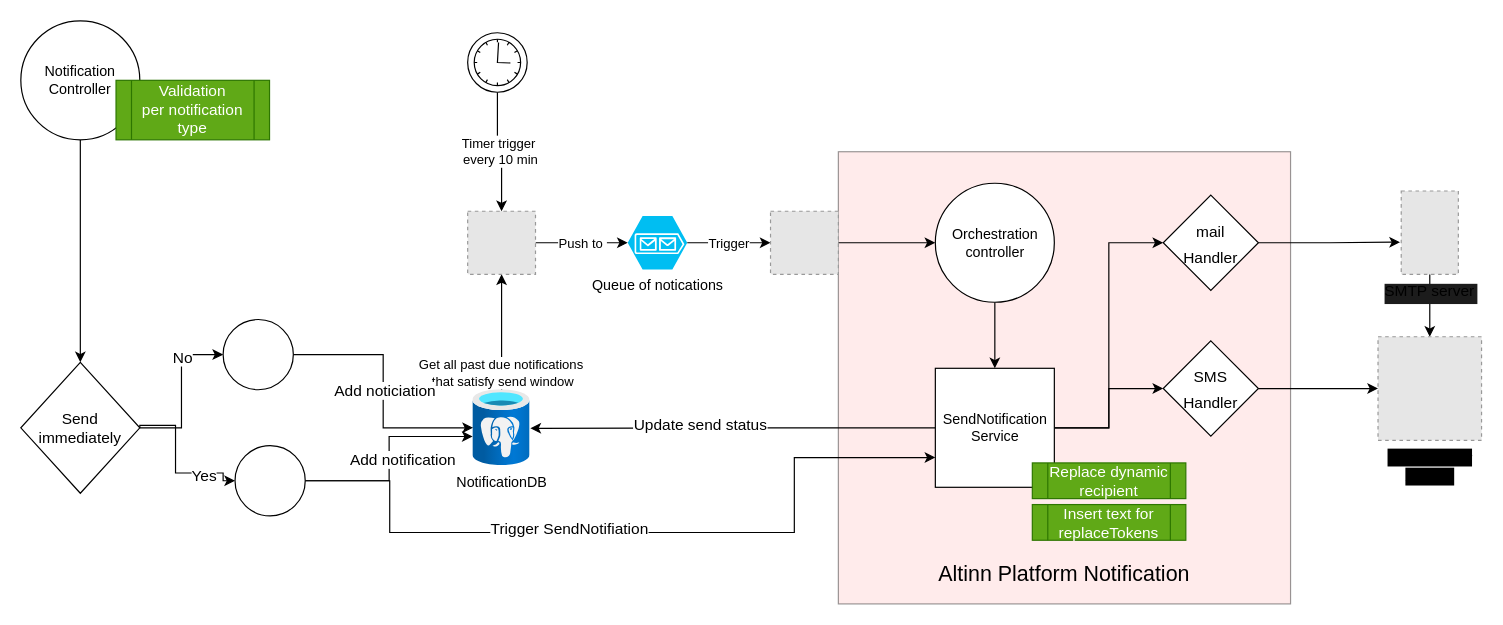
The draw.io diagram doc/Notification.drawio in simendsjo/altinn-studio, before the edit. Source tidied: cells renumbered, new cells numbered last; positions are measured from the earlier drawing's top-left corner, leaving out a move shared by most shapes. Both pictures are drawn from the tidied source at 119%, with x=0, y=0 at pixel (20, 20). Pictures stored in the file or linked from it are replaced by grey dashed boxes.
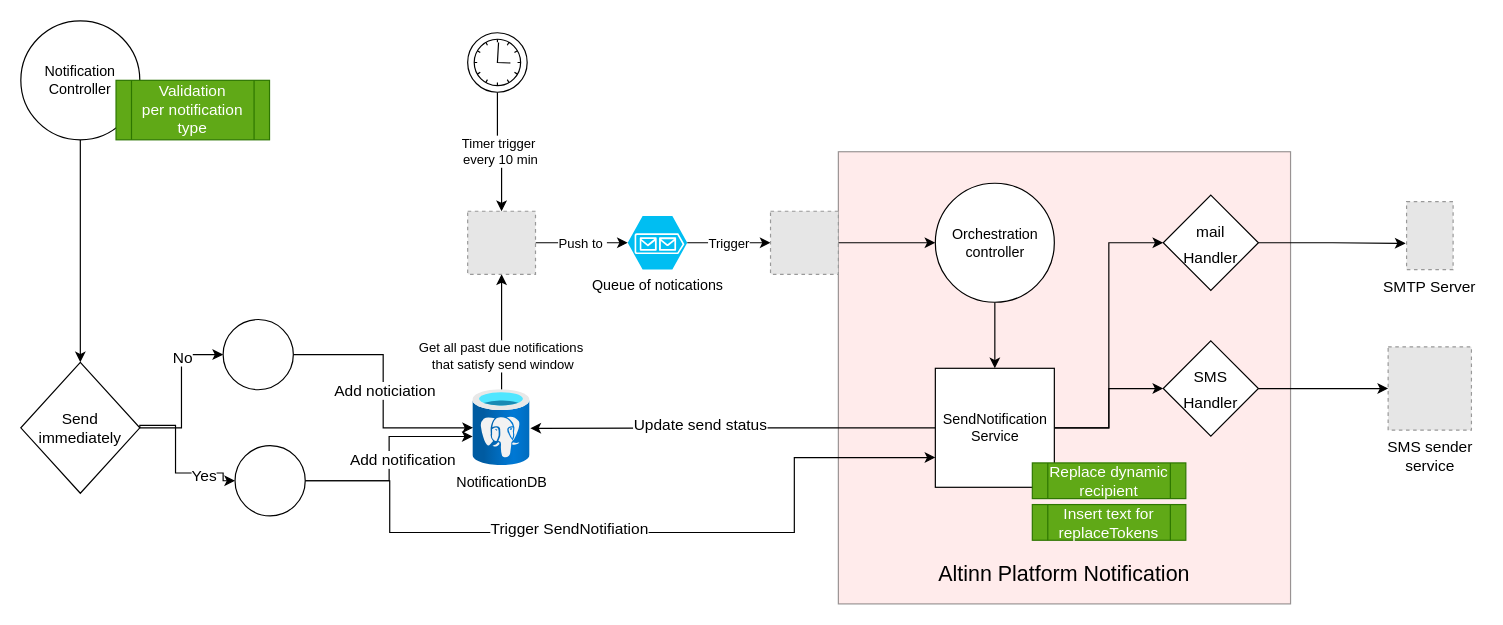
The same diagram, later.

Unchanged cells that the change refers to:
```xml
<mxCell id="4" style="edgeStyle=orthogonalEdgeStyle;rounded=0;jettySize=auto;html=1;startArrow=classic;startFill=1;endArrow=none;endFill=0;" parent="1" edge="1" source="6" target="13">
  <mxGeometry relative="1" as="geometry" />
</mxCell>
<mxCell id="37" value="Send immediately" style="rhombus;whiteSpace=wrap;html=1;fontSize=13;" parent="1" vertex="1">
  <mxGeometry y="287" width="100" height="110" as="geometry" />
</mxCell>
<mxCell id="40" style="ellipse;whiteSpace=wrap;html=1;fontSize=13;" parent="1" vertex="1">
  <mxGeometry x="170" y="251" width="59" height="59" as="geometry" />
</mxCell>
```

Diff of the diagram source:
```diff
@@
     <mxCell id="5" value="Get all past due notifications&amp;nbsp;&lt;br&gt;that satisfy send window" style="edgeLabel;html=1;align=center;verticalAlign=middle;" parent="4" vertex="1">
       <mxGeometry x="0.17" y="1" relative="1" as="geometry">
-        <mxPoint x="-1" y="25" as="offset" />
+        <mxPoint x="-1" y="11" as="offset" />
       </mxGeometry>
     </mxCell>
@@
-    <mxCell id="25" style="edgeStyle=none;html=1;" parent="1" edge="1" source="26" target="27">
-      <mxGeometry relative="1" as="geometry" />
-    </mxCell>
-    <mxCell id="26" value="SMTP server" style="fillColor=#E6E6E6;strokeColor=#999999;dashed=1;verticalLabelPosition=bottom;labelBackgroundColor=#1C1C1C;verticalAlign=top;fontSize=13;" parent="1" vertex="1">
-      <mxGeometry x="1160" y="143" width="48" height="70" as="geometry" />
+    <mxCell id="26" value="SMTP Server" style="fillColor=#E6E6E6;strokeColor=#999999;dashed=1;verticalLabelPosition=bottom;labelBackgroundColor=none;verticalAlign=top;fontSize=13;" parent="1" vertex="1">
+      <mxGeometry x="1164.5" y="152" width="39.1" height="57" as="geometry" />
     </mxCell>
-    <mxCell id="27" value="&lt;span style=&quot;background-color: rgb(0 , 0 , 0)&quot;&gt;SMS sender&lt;br&gt;&lt;/span&gt;&lt;span style=&quot;background-color: rgb(0 , 0 , 0)&quot;&gt;service&lt;/span&gt;" style="fillColor=#E6E6E6;strokeColor=#999999;dashed=1;html=1;verticalAlign=top;verticalLabelPosition=bottom;labelBackgroundColor=#ffffff;fontSize=13;" parent="1" vertex="1">
-      <mxGeometry x="1140.5" y="265.5" width="87" height="87" as="geometry" />
+    <mxCell id="27" value="&lt;font color=&quot;#000000&quot;&gt;SMS sender&lt;br&gt;service&lt;/font&gt;" style="fillColor=#E6E6E6;strokeColor=#999999;dashed=1;html=1;verticalAlign=top;verticalLabelPosition=bottom;labelBackgroundColor=#ffffff;fontSize=13;" parent="1" vertex="1">
+      <mxGeometry x="1149" y="274" width="70" height="70" as="geometry" />
     </mxCell>
@@
     <mxCell id="35" style="edgeStyle=orthogonalEdgeStyle;rounded=0;jettySize=auto;html=1;entryX=0;entryY=0.5;entryDx=0;entryDy=0;fontSize=13;startArrow=none;startFill=0;endArrow=classic;endFill=1;" parent="1" edge="1" source="37" target="40">
-      <mxGeometry relative="1" as="geometry" />
+      <mxGeometry relative="1" as="geometry">
+        <Array as="points">
+          <mxPoint x="135" y="342" />
+          <mxPoint x="135" y="281" />
+        </Array>
+      </mxGeometry>
     </mxCell>
```
